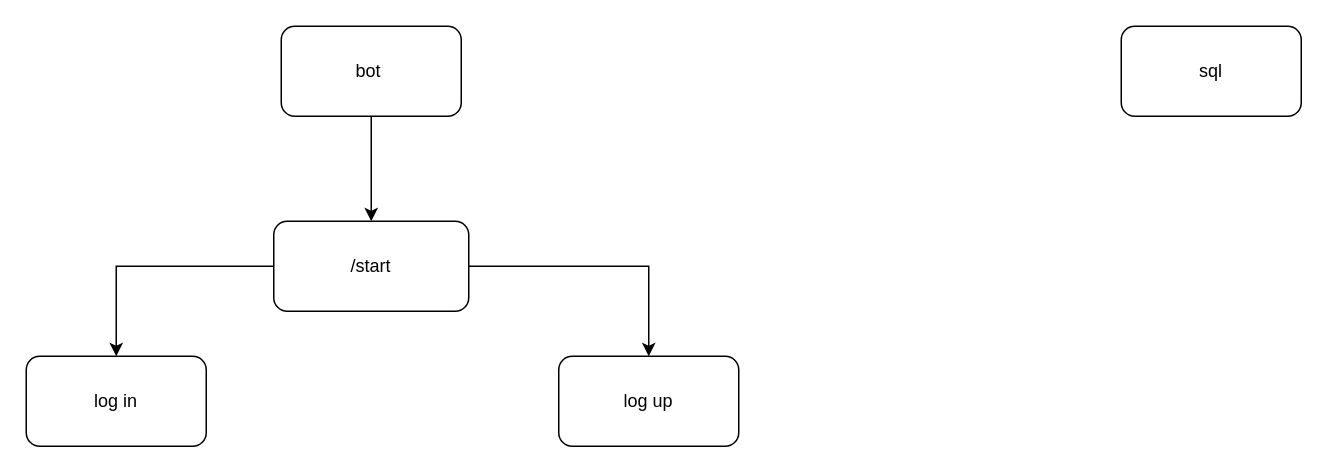
G1-Group/TheConversationsBot keeps this draw.io diagram as TheConversationsBot/Untitled Diagram.drawio. Above is the earlier version. Source tidied: cells renumbered, new cells numbered last; positions are measured from the earlier drawing's top-left corner, leaving out a move shared by most shapes. Both pictures are drawn from the tidied source at 150%, with x=0, y=0 at pixel (26, 26).
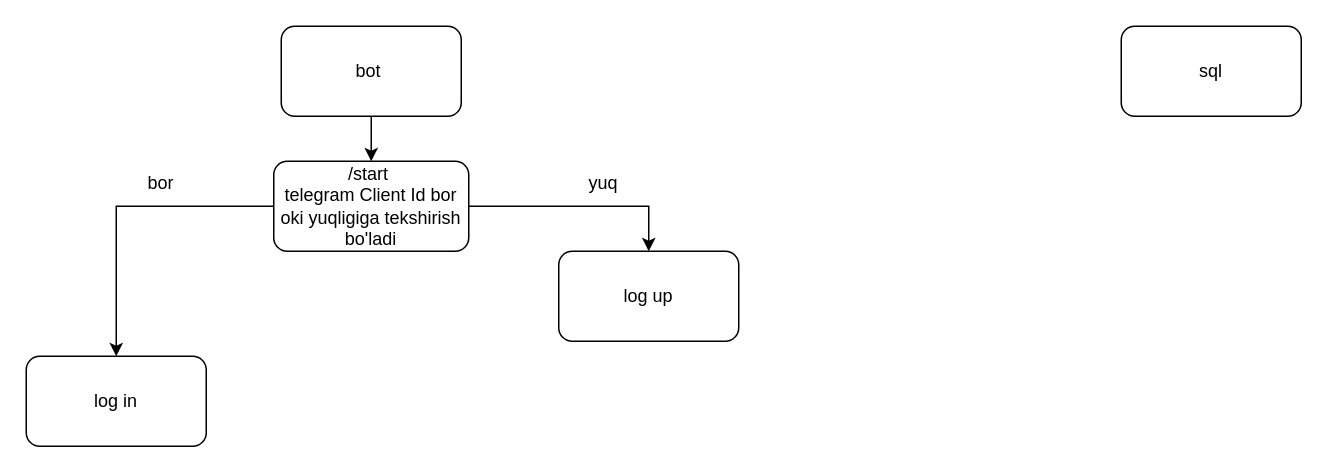
The same diagram, later.

What changed in the source:
```diff
@@
 <mxGraphModel>
   <root>
     <mxCell id="0" />
     <mxCell id="1" parent="0" />
     <mxCell id="2" style="edgeStyle=orthogonalEdgeStyle;rounded=0;jettySize=auto;html=1;" parent="1" edge="1" source="3" target="7">
       <mxGeometry relative="1" as="geometry" />
     </mxCell>
     <mxCell id="3" value="bot&amp;nbsp;" style="rounded=1;whiteSpace=wrap;html=1;" parent="1" vertex="1">
       <mxGeometry x="170" width="120" height="60" as="geometry" />
     </mxCell>
     <mxCell id="4" value="sql" style="rounded=1;whiteSpace=wrap;html=1;" parent="1" vertex="1">
       <mxGeometry x="730" width="120" height="60" as="geometry" />
     </mxCell>
     <mxCell id="5" style="edgeStyle=orthogonalEdgeStyle;rounded=0;jettySize=auto;html=1;entryX=0.5;entryY=0;entryDx=0;entryDy=0;" parent="1" edge="1" source="7" target="9">
       <mxGeometry relative="1" as="geometry" />
     </mxCell>
     <mxCell id="6" style="edgeStyle=orthogonalEdgeStyle;rounded=0;jettySize=auto;html=1;entryX=0.5;entryY=0;entryDx=0;entryDy=0;" parent="1" edge="1" source="7" target="8">
       <mxGeometry relative="1" as="geometry" />
     </mxCell>
-    <mxCell id="7" value="/start" style="rounded=1;whiteSpace=wrap;html=1;" parent="1" vertex="1">
-      <mxGeometry x="165" y="130" width="130" height="60" as="geometry" />
+    <mxCell id="7" value="/start&amp;nbsp;&lt;br&gt;telegram Client Id bor oki yuqligiga tekshirish bo'ladi" style="rounded=1;whiteSpace=wrap;html=1;" parent="1" vertex="1">
+      <mxGeometry x="165" y="90" width="130" height="60" as="geometry" />
     </mxCell>
     <mxCell id="8" value="log up" style="rounded=1;whiteSpace=wrap;html=1;" parent="1" vertex="1">
-      <mxGeometry x="355" y="220" width="120" height="60" as="geometry" />
+      <mxGeometry x="355" y="150" width="120" height="60" as="geometry" />
     </mxCell>
     <mxCell id="9" value="log in" style="rounded=1;whiteSpace=wrap;html=1;" parent="1" vertex="1">
       <mxGeometry y="220" width="120" height="60" as="geometry" />
     </mxCell>
+    <mxCell id="10" value="bor" style="text;html=1;strokeColor=none;fillColor=none;align=center;verticalAlign=middle;whiteSpace=wrap;rounded=0;" parent="1" vertex="1">
+      <mxGeometry x="60" y="90" width="60" height="30" as="geometry" />
+    </mxCell>
+    <mxCell id="11" value="yuq" style="text;html=1;strokeColor=none;fillColor=none;align=center;verticalAlign=middle;whiteSpace=wrap;rounded=0;" parent="1" vertex="1">
+      <mxGeometry x="355" y="90" width="60" height="30" as="geometry" />
+    </mxCell>
   </root>
 </mxGraphModel>
```
